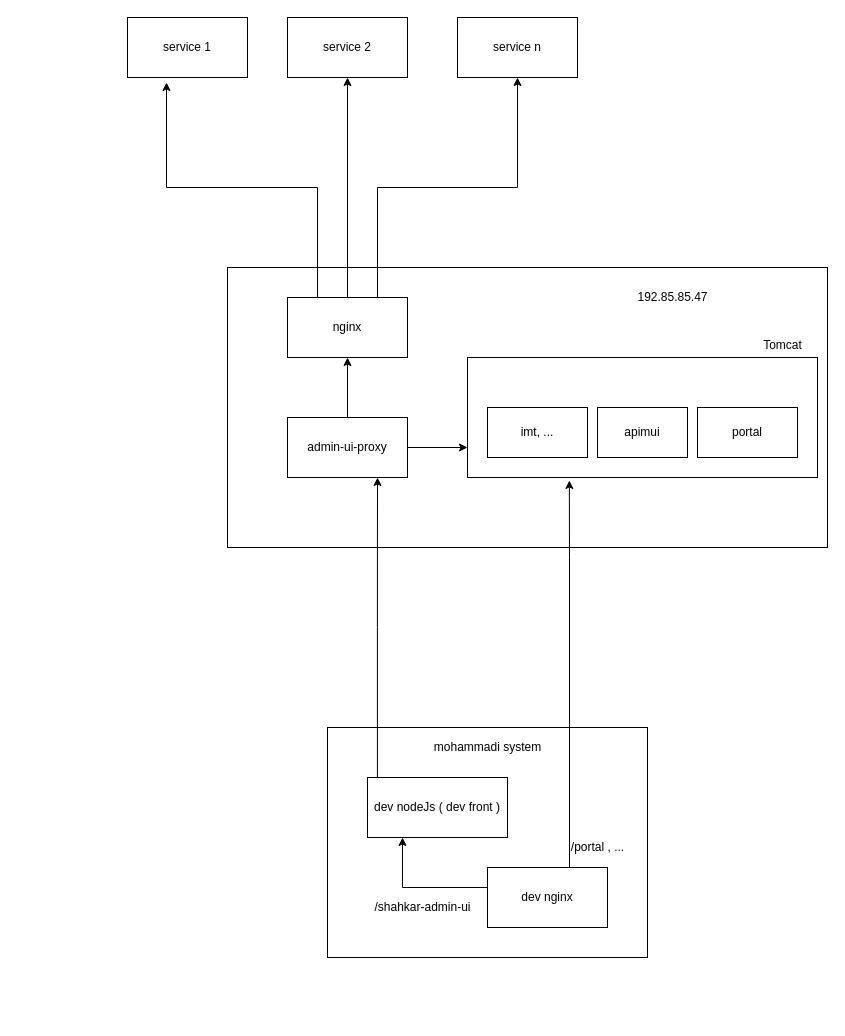
alireza-fassih/drow-io keeps this draw.io diagram as shahkar-dev-architecture.drawio. Above is the earlier version. Source tidied: cells renumbered, new cells numbered last; positions are measured from the earlier drawing's top-left corner, leaving out a move shared by most shapes. Both pictures are drawn from the tidied source at 100%, with x=0, y=0 at pixel (127, 17).
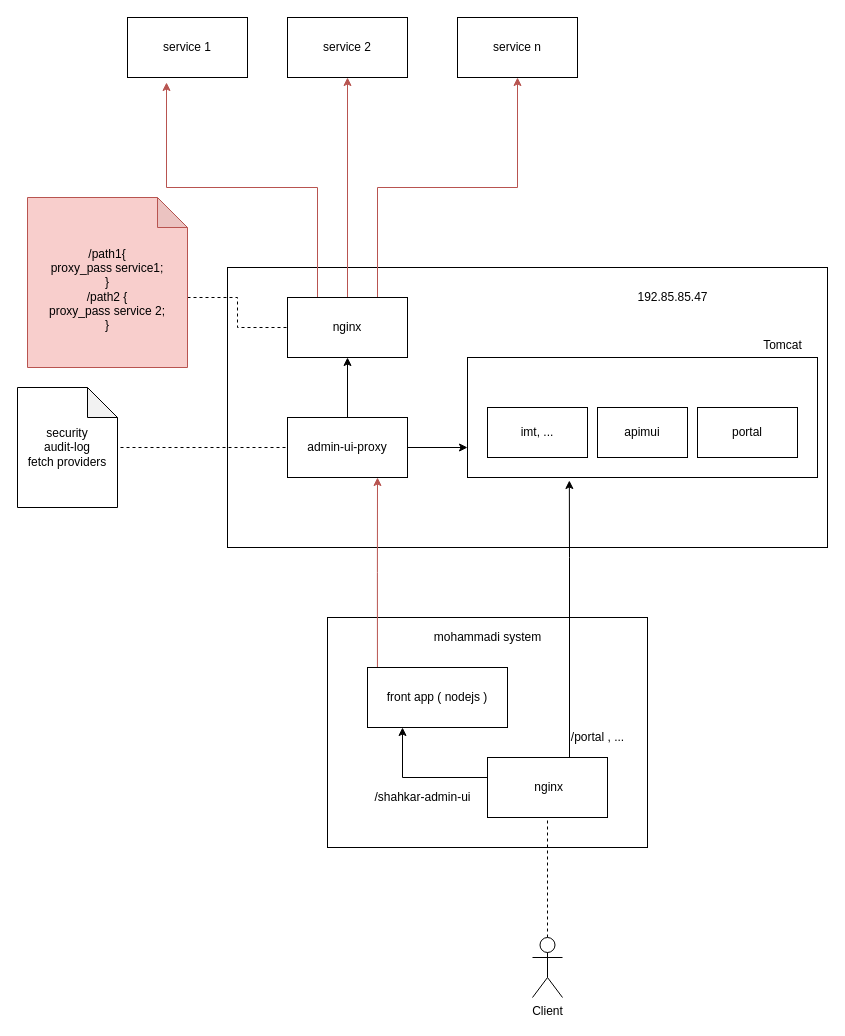
The same page after the edit.

Unchanged cells that the change refers to:
```xml
<mxCell id="19" value="admin-ui-proxy" style="rounded=0;whiteSpace=wrap;html=1;" parent="1" vertex="1">
  <mxGeometry x="160" y="400" width="120" height="60" as="geometry" />
</mxCell>
<mxCell id="23" value="nginx" style="rounded=0;whiteSpace=wrap;html=1;" parent="1" vertex="1">
  <mxGeometry x="160" y="280" width="120" height="60" as="geometry" />
</mxCell>
<mxCell id="25" value="service 1" style="rounded=0;whiteSpace=wrap;html=1;" parent="1" vertex="1">
  <mxGeometry width="120" height="60" as="geometry" />
</mxCell>
<mxCell id="26" value="service 2" style="rounded=0;whiteSpace=wrap;html=1;" parent="1" vertex="1">
  <mxGeometry x="160" width="120" height="60" as="geometry" />
</mxCell>
<mxCell id="27" value="service n" style="rounded=0;whiteSpace=wrap;html=1;" parent="1" vertex="1">
  <mxGeometry x="330" width="120" height="60" as="geometry" />
</mxCell>
```

What changed in the source:
```diff
@@
     <mxCell id="4" style="rounded=0;whiteSpace=wrap;html=1;" parent="1" vertex="1">
-      <mxGeometry x="200" y="710" width="320" height="230" as="geometry" />
+      <mxGeometry x="200" y="600" width="320" height="230" as="geometry" />
     </mxCell>
-    <mxCell id="5" style="edgeStyle=orthogonalEdgeStyle;rounded=0;jettySize=auto;html=1;exitX=0.071;exitY=0;exitDx=0;exitDy=0;entryX=0.75;entryY=1;entryDx=0;entryDy=0;exitPerimeter=0;" parent="1" edge="1" source="6" target="19">
+    <mxCell id="5" style="edgeStyle=orthogonalEdgeStyle;rounded=0;jettySize=auto;html=1;exitX=0.071;exitY=0;exitDx=0;exitDy=0;entryX=0.75;entryY=1;entryDx=0;entryDy=0;exitPerimeter=0;fillColor=#f8cecc;strokeColor=#b85450;" parent="1" edge="1" source="6" target="19">
       <mxGeometry relative="1" as="geometry" />
     </mxCell>
-    <mxCell id="6" value="dev nodeJs ( dev front )" style="rounded=0;whiteSpace=wrap;html=1;" parent="1" vertex="1">
-      <mxGeometry x="240" y="760" width="140" height="60" as="geometry" />
+    <mxCell id="6" value="front app ( nodejs )" style="rounded=0;whiteSpace=wrap;html=1;" parent="1" vertex="1">
+      <mxGeometry x="240" y="650" width="140" height="60" as="geometry" />
     </mxCell>
     <mxCell id="7" style="edgeStyle=orthogonalEdgeStyle;rounded=0;jettySize=auto;html=1;entryX=0.25;entryY=1;entryDx=0;entryDy=0;" parent="1" edge="1" source="9" target="6">
       <mxGeometry relative="1" as="geometry">
         <Array as="points">
-          <mxPoint x="275" y="870" />
+          <mxPoint x="275" y="760" />
         </Array>
       </mxGeometry>
     </mxCell>
@@
-    <mxCell id="9" value="dev nginx" style="rounded=0;whiteSpace=wrap;html=1;" parent="1" vertex="1">
-      <mxGeometry x="360" y="850" width="120" height="60" as="geometry" />
+    <mxCell id="9" value="&amp;nbsp;nginx" style="rounded=0;whiteSpace=wrap;html=1;" parent="1" vertex="1">
+      <mxGeometry x="360" y="740" width="120" height="60" as="geometry" />
     </mxCell>
     <mxCell id="10" value="/shahkar-admin-ui" style="text;html=1;align=center;verticalAlign=middle;" parent="1" vertex="1">
-      <mxGeometry x="240" y="880" width="110" height="20" as="geometry" />
+      <mxGeometry x="240" y="770" width="110" height="20" as="geometry" />
     </mxCell>
     <mxCell id="11" value="mohammadi system" style="text;html=1;align=center;verticalAlign=middle;" parent="1" vertex="1">
-      <mxGeometry x="300" y="720" width="120" height="20" as="geometry" />
+      <mxGeometry x="300" y="610" width="120" height="20" as="geometry" />
     </mxCell>
@@
     <mxCell id="16" value="/portal , ..." style="text;html=1;align=center;verticalAlign=middle;" parent="1" vertex="1">
-      <mxGeometry x="435" y="820" width="70" height="20" as="geometry" />
+      <mxGeometry x="435" y="710" width="70" height="20" as="geometry" />
     </mxCell>
@@
-    <mxCell id="20" style="edgeStyle=orthogonalEdgeStyle;rounded=0;jettySize=auto;html=1;exitX=0.75;exitY=0;exitDx=0;exitDy=0;entryX=0.5;entryY=1;entryDx=0;entryDy=0;" parent="1" edge="1" source="23" target="27">
+    <mxCell id="20" style="edgeStyle=orthogonalEdgeStyle;rounded=0;jettySize=auto;html=1;exitX=0.75;exitY=0;exitDx=0;exitDy=0;entryX=0.5;entryY=1;entryDx=0;entryDy=0;fillColor=#f8cecc;strokeColor=#b85450;" parent="1" edge="1" source="23" target="27">
       <mxGeometry relative="1" as="geometry" />
     </mxCell>
-    <mxCell id="21" style="edgeStyle=orthogonalEdgeStyle;rounded=0;jettySize=auto;html=1;exitX=0.5;exitY=0;exitDx=0;exitDy=0;entryX=0.5;entryY=1;entryDx=0;entryDy=0;" parent="1" edge="1" source="23" target="26">
+    <mxCell id="21" style="edgeStyle=orthogonalEdgeStyle;rounded=0;jettySize=auto;html=1;exitX=0.5;exitY=0;exitDx=0;exitDy=0;entryX=0.5;entryY=1;entryDx=0;entryDy=0;fillColor=#f8cecc;strokeColor=#b85450;" parent="1" edge="1" source="23" target="26">
       <mxGeometry relative="1" as="geometry" />
     </mxCell>
-    <mxCell id="22" style="edgeStyle=orthogonalEdgeStyle;rounded=0;jettySize=auto;html=1;exitX=0.25;exitY=0;exitDx=0;exitDy=0;entryX=0.325;entryY=1.083;entryDx=0;entryDy=0;entryPerimeter=0;" parent="1" edge="1" source="23" target="25">
+    <mxCell id="22" style="edgeStyle=orthogonalEdgeStyle;rounded=0;jettySize=auto;html=1;exitX=0.25;exitY=0;exitDx=0;exitDy=0;entryX=0.325;entryY=1.083;entryDx=0;entryDy=0;entryPerimeter=0;fillColor=#f8cecc;strokeColor=#b85450;" parent="1" edge="1" source="23" target="25">
       <mxGeometry relative="1" as="geometry" />
     </mxCell>
@@
+    <mxCell id="28" style="edgeStyle=orthogonalEdgeStyle;rounded=0;jettySize=auto;html=1;exitX=1.03;exitY=0.5;exitDx=0;exitDy=0;exitPerimeter=0;endArrow=none;endFill=0;dashed=1;" parent="1" edge="1" source="29" target="19">
+      <mxGeometry relative="1" as="geometry" />
+    </mxCell>
+    <mxCell id="29" value="&lt;div&gt;security&lt;/div&gt;&lt;div&gt;audit-log&lt;/div&gt;&lt;div&gt;fetch providers&lt;br&gt;&lt;/div&gt;" style="shape=note;whiteSpace=wrap;html=1;backgroundOutline=1;darkOpacity=0.05;" parent="1" vertex="1">
+      <mxGeometry x="-110" y="370" width="100" height="120" as="geometry" />
+    </mxCell>
+    <mxCell id="30" style="edgeStyle=orthogonalEdgeStyle;rounded=0;jettySize=auto;html=1;exitX=0;exitY=0;exitDx=160;exitDy=100;exitPerimeter=0;entryX=0;entryY=0.5;entryDx=0;entryDy=0;endArrow=none;endFill=0;dashed=1;" parent="1" edge="1" source="31" target="23">
+      <mxGeometry relative="1" as="geometry" />
+    </mxCell>
+    <mxCell id="31" value="&lt;div&gt;&lt;br&gt;&lt;/div&gt;&lt;div&gt;/path1{&lt;/div&gt;&lt;div&gt;proxy_pass service1;&lt;/div&gt;&lt;div&gt;}&lt;/div&gt;&lt;div&gt;/path2 {&lt;/div&gt;&lt;div&gt;proxy_pass service 2;&lt;/div&gt;&lt;div&gt;}&lt;br&gt;&lt;/div&gt;" style="shape=note;whiteSpace=wrap;html=1;backgroundOutline=1;darkOpacity=0.05;fillColor=#f8cecc;strokeColor=#b85450;" parent="1" vertex="1">
+      <mxGeometry x="-100" y="180" width="160" height="170" as="geometry" />
+    </mxCell>
+    <mxCell id="32" style="edgeStyle=orthogonalEdgeStyle;rounded=0;jettySize=auto;html=1;entryX=0.5;entryY=1;entryDx=0;entryDy=0;dashed=1;endArrow=none;endFill=0;" parent="1" edge="1" source="33" target="9">
+      <mxGeometry relative="1" as="geometry" />
+    </mxCell>
+    <mxCell id="33" value="Client" style="shape=umlActor;verticalLabelPosition=bottom;verticalAlign=top;html=1;outlineConnect=0;" parent="1" vertex="1">
+      <mxGeometry x="405" y="920" width="30" height="60" as="geometry" />
+    </mxCell>
```
